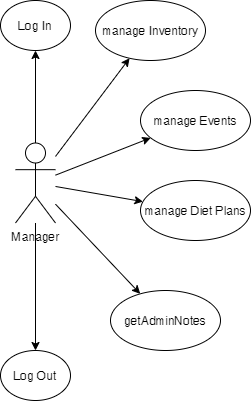
renttrent/Techengers keeps this draw.io diagram as Diagrams/UML/UseCases/Manager.png. Above is the earlier version. Source tidied: cells renumbered, new cells last; positions are measured from the earlier drawing's top-left corner, leaving out a move shared by most shapes.
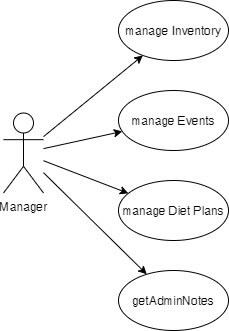
The same file after the commit.

The edit, as a diff of the source:
```diff
@@ -5,12 +5,6 @@
     <mxCell id="2" style="edgeStyle=none;rounded=0;jettySize=auto;html=1;" parent="1" edge="1" source="8" target="14">
       <mxGeometry relative="1" as="geometry" />
     </mxCell>
-    <mxCell id="3" style="edgeStyle=none;rounded=0;jettySize=auto;html=1;" parent="1" edge="1" source="8" target="10">
-      <mxGeometry relative="1" as="geometry" />
-    </mxCell>
-    <mxCell id="4" style="edgeStyle=none;rounded=0;jettySize=auto;html=1;" parent="1" edge="1" source="8" target="9">
-      <mxGeometry relative="1" as="geometry" />
-    </mxCell>
     <mxCell id="5" style="edgeStyle=none;rounded=0;jettySize=auto;html=1;" parent="1" edge="1" source="8" target="11">
       <mxGeometry relative="1" as="geometry" />
     </mxCell>
@@ -23,23 +17,17 @@
     <mxCell id="8" value="Manager" style="shape=umlActor;verticalLabelPosition=bottom;verticalAlign=top;html=1;outlineConnect=0;" parent="1" vertex="1">
       <mxGeometry x="15" y="142.5" width="40" height="80" as="geometry" />
     </mxCell>
-    <mxCell id="9" value="Log In" style="ellipse;whiteSpace=wrap;html=1;" parent="1" vertex="1">
-      <mxGeometry width="70" height="50" as="geometry" />
-    </mxCell>
-    <mxCell id="10" value="Log Out" style="ellipse;whiteSpace=wrap;html=1;" parent="1" vertex="1">
-      <mxGeometry y="350" width="70" height="50" as="geometry" />
-    </mxCell>
     <mxCell id="11" value="manage Inventory" style="ellipse;whiteSpace=wrap;html=1;" parent="1" vertex="1">
-      <mxGeometry x="95" width="110" height="60" as="geometry" />
+      <mxGeometry x="130" y="30" width="110" height="60" as="geometry" />
     </mxCell>
     <mxCell id="12" value="manage Events" style="ellipse;whiteSpace=wrap;html=1;" parent="1" vertex="1">
-      <mxGeometry x="140" y="90" width="110" height="60" as="geometry" />
+      <mxGeometry x="130" y="120" width="110" height="60" as="geometry" />
     </mxCell>
     <mxCell id="13" value="manage Diet Plans" style="ellipse;whiteSpace=wrap;html=1;" parent="1" vertex="1">
-      <mxGeometry x="140" y="180" width="110" height="60" as="geometry" />
+      <mxGeometry x="130" y="210" width="110" height="60" as="geometry" />
     </mxCell>
     <mxCell id="14" value="getAdminNotes" style="ellipse;whiteSpace=wrap;html=1;" parent="1" vertex="1">
-      <mxGeometry x="110" y="290" width="110" height="60" as="geometry" />
+      <mxGeometry x="130" y="300" width="110" height="60" as="geometry" />
     </mxCell>
   </root>
 </mxGraphModel>
```
